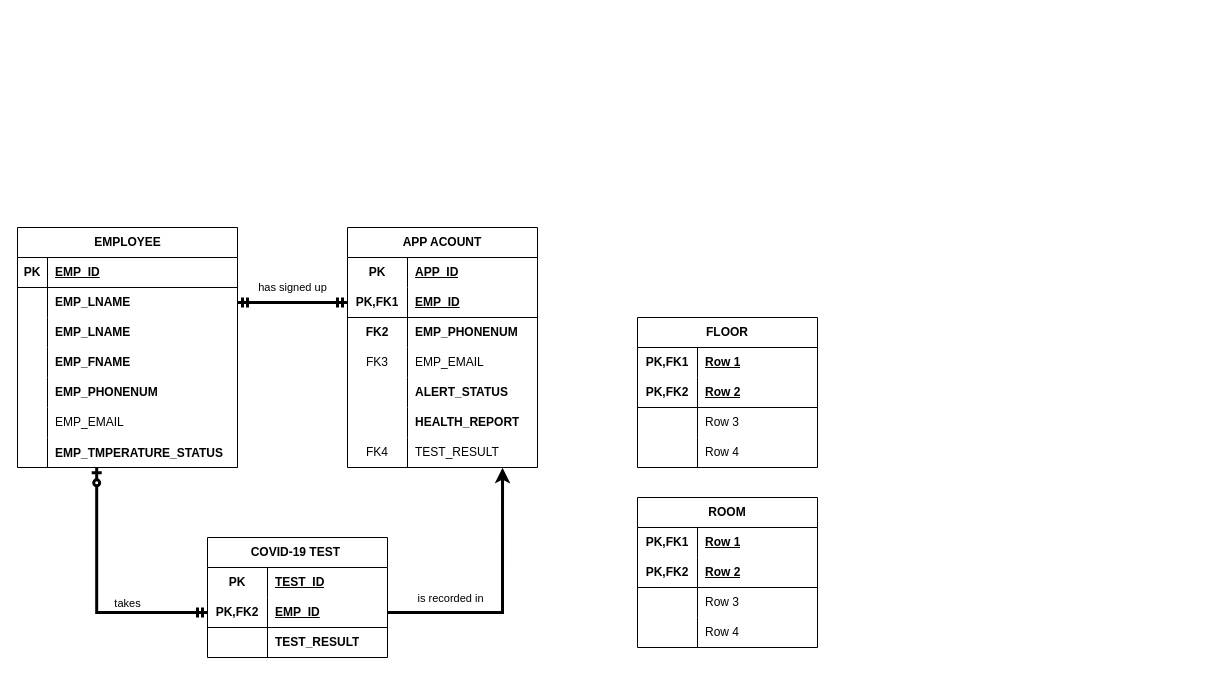
Above: hw1.drawio in Eren-Jeager123/ERD-COVID (draw.io), before the change. Source tidied: cells renumbered, new cells numbered last; positions are measured from the earlier drawing's top-left corner, leaving out a move shared by most shapes. Both pictures are drawn from the tidied source at 100%, with x=0, y=0 at pixel (17, 227).
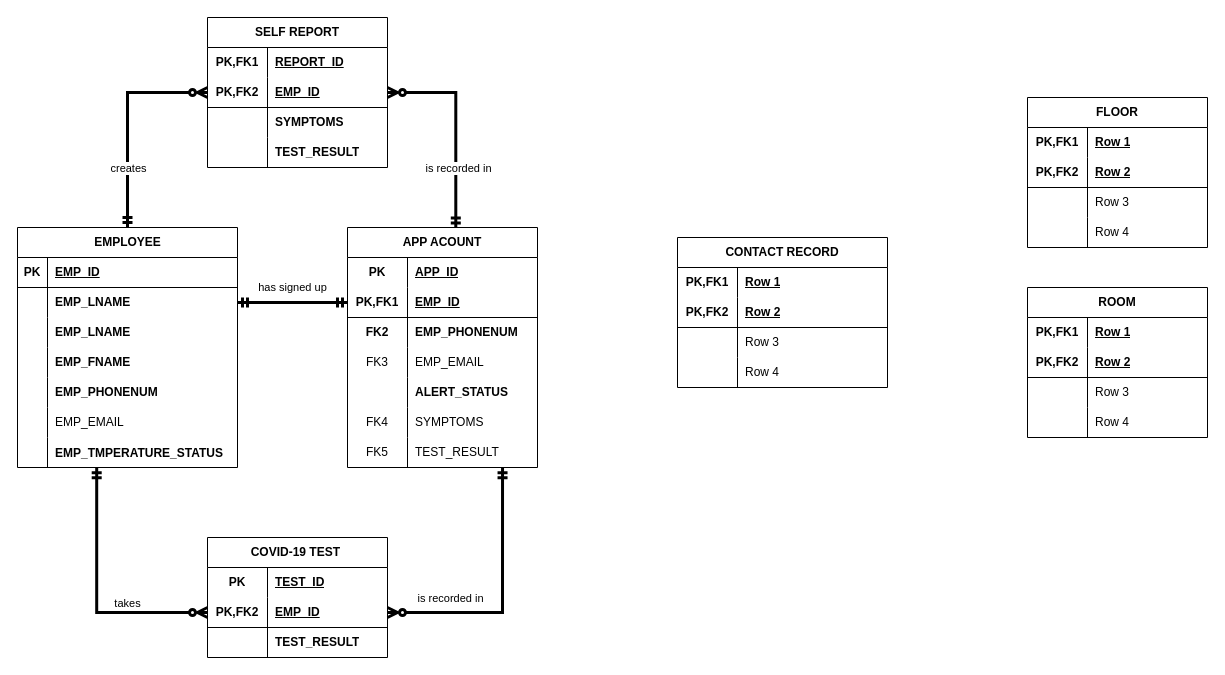
After the change.

The change refers to these unchanged cells:
```xml
<mxCell id="2" value="EMPLOYEE" style="shape=table;startSize=30;childLayout=tableLayout;rowLines=0;fontStyle=1;align=center;html=1;" parent="1" vertex="1">
  <mxGeometry width="220" height="240" as="geometry" />
</mxCell>
<mxCell id="21" style="shape=tableRow;horizontal=0;startSize=0;swimlaneHead=0;swimlaneBody=0;fillColor=none;points=[[0,0.5],[1,0.5]];portConstraint=eastwest;top=0;left=0;right=0;bottom=0;" parent="2" vertex="1">
  <mxGeometry y="210" width="220" height="30" as="geometry" />
</mxCell>
<mxCell id="25" value="APP ACOUNT" style="shape=table;startSize=30;childLayout=tableLayout;rowLines=0;fontStyle=1;align=center;html=1;whiteSpace=wrap;" parent="1" vertex="1">
  <mxGeometry x="330" width="190" height="240" as="geometry" />
</mxCell>
<mxCell id="41" style="shape=tableRow;horizontal=0;startSize=0;swimlaneHead=0;swimlaneBody=0;fillColor=none;top=0;left=0;right=0;bottom=0;html=1;" parent="25" vertex="1">
  <mxGeometry y="180" width="190" height="30" as="geometry" />
</mxCell>
<mxCell id="44" style="shape=tableRow;horizontal=0;startSize=0;swimlaneHead=0;swimlaneBody=0;fillColor=none;points=[[0,0.5],[1,0.5]];portConstraint=eastwest;top=0;left=0;right=0;bottom=0;html=1;" parent="25" vertex="1">
  <mxGeometry y="210" width="190" height="30" as="geometry" />
</mxCell>
<mxCell id="51" style="shape=tableRow;horizontal=0;startSize=0;swimlaneHead=0;swimlaneBody=0;fillColor=none;points=[[0,0.5],[1,0.5]];portConstraint=eastwest;top=0;left=0;right=0;bottom=1;html=1;" parent="47" vertex="1">
  <mxGeometry y="60" width="180" height="30" as="geometry" />
</mxCell>
```

The edit, as a diff of the source:
```diff
@@
+    <mxCell id="87" style="edgeStyle=orthogonalEdgeStyle;rounded=0;jettySize=auto;html=1;exitX=0.5;exitY=0;exitDx=0;exitDy=0;entryX=0;entryY=0.5;entryDx=0;entryDy=0;strokeWidth=3;startArrow=ERmandOne;startFill=0;endArrow=ERzeroToMany;endFill=0;" parent="1" edge="1" source="2" target="93">
+      <mxGeometry relative="1" as="geometry" />
+    </mxCell>
+    <mxCell id="88" value="creates" style="edgeLabel;html=1;align=center;verticalAlign=middle;" parent="87" vertex="1">
+      <mxGeometry x="0.3" y="2" relative="1" as="geometry">
+        <mxPoint x="-5" y="77" as="offset" />
+      </mxGeometry>
+    </mxCell>
@@
-    <mxCell id="42" style="shape=partialRectangle;fillColor=none;top=0;left=0;bottom=0;right=0;overflow=hidden;html=1;whiteSpace=wrap;" parent="41" vertex="1">
+    <mxCell id="42" value="FK4" style="shape=partialRectangle;fillColor=none;top=0;left=0;bottom=0;right=0;overflow=hidden;html=1;whiteSpace=wrap;" parent="41" vertex="1">
       <mxGeometry width="60" height="30" as="geometry" />
     </mxCell>
-    <mxCell id="43" value="&lt;b&gt;HEALTH_REPORT&lt;/b&gt;" style="shape=partialRectangle;fillColor=none;top=0;left=0;bottom=0;right=0;align=left;spacingLeft=6;overflow=hidden;html=1;whiteSpace=wrap;" parent="41" vertex="1">
+    <mxCell id="43" value="SYMPTOMS" style="shape=partialRectangle;fillColor=none;top=0;left=0;bottom=0;right=0;align=left;spacingLeft=6;overflow=hidden;html=1;whiteSpace=wrap;" parent="41" vertex="1">
       <mxGeometry x="60" width="130" height="30" as="geometry" />
     </mxCell>
@@
-    <mxCell id="45" value="FK4" style="shape=partialRectangle;fillColor=none;top=0;left=0;bottom=0;right=0;overflow=hidden;html=1;whiteSpace=wrap;" parent="44" vertex="1">
+    <mxCell id="45" value="FK5" style="shape=partialRectangle;fillColor=none;top=0;left=0;bottom=0;right=0;overflow=hidden;html=1;whiteSpace=wrap;" parent="44" vertex="1">
       <mxGeometry width="60" height="30" as="geometry" />
     </mxCell>
@@
     <mxCell id="57" value="ROOM" style="shape=table;startSize=30;childLayout=tableLayout;rowLines=0;fontStyle=1;align=center;html=1;whiteSpace=wrap;" parent="1" vertex="1">
-      <mxGeometry x="620" y="270" width="180" height="150" as="geometry" />
+      <mxGeometry x="1010" y="60" width="180" height="150" as="geometry" />
     </mxCell>
@@
     <mxCell id="70" value="FLOOR" style="shape=table;startSize=30;childLayout=tableLayout;rowLines=0;fontStyle=1;align=center;html=1;whiteSpace=wrap;" parent="1" vertex="1">
-      <mxGeometry x="620" y="90" width="180" height="150" as="geometry" />
+      <mxGeometry x="1010" y="-130" width="180" height="150" as="geometry" />
     </mxCell>
@@
-    <mxCell id="83" style="edgeStyle=orthogonalEdgeStyle;rounded=0;jettySize=auto;html=1;exitX=1;exitY=0.5;exitDx=0;exitDy=0;strokeWidth=3;entryX=0.816;entryY=1.012;entryDx=0;entryDy=0;entryPerimeter=0;" parent="1" edge="1" source="51" target="44">
+    <mxCell id="83" style="edgeStyle=orthogonalEdgeStyle;rounded=0;jettySize=auto;html=1;exitX=1;exitY=0.5;exitDx=0;exitDy=0;strokeWidth=3;entryX=0.816;entryY=1.012;entryDx=0;entryDy=0;entryPerimeter=0;startArrow=ERzeroToMany;startFill=0;endArrow=ERmandOne;endFill=0;" parent="1" edge="1" source="51" target="44">
       <mxGeometry relative="1" as="geometry" />
     </mxCell>
@@
-    <mxCell id="85" style="edgeStyle=orthogonalEdgeStyle;rounded=0;jettySize=auto;html=1;entryX=0;entryY=0.5;entryDx=0;entryDy=0;exitX=0.36;exitY=1.012;exitDx=0;exitDy=0;exitPerimeter=0;strokeWidth=3;startArrow=ERzeroToOne;startFill=0;endArrow=ERmandOne;endFill=0;" parent="1" edge="1" source="21" target="51">
+    <mxCell id="85" style="edgeStyle=orthogonalEdgeStyle;rounded=0;jettySize=auto;html=1;entryX=0;entryY=0.5;entryDx=0;entryDy=0;exitX=0.36;exitY=1.012;exitDx=0;exitDy=0;exitPerimeter=0;strokeWidth=3;startArrow=ERmandOne;startFill=0;endArrow=ERzeroToMany;endFill=0;" parent="1" edge="1" source="21" target="51">
       <mxGeometry relative="1" as="geometry" />
     </mxCell>
@@
+    <mxCell id="89" value="SELF REPORT" style="shape=table;startSize=30;childLayout=tableLayout;rowLines=0;fontStyle=1;align=center;html=1;whiteSpace=wrap;" parent="1" vertex="1">
+      <mxGeometry x="190" y="-210" width="180" height="150" as="geometry" />
+    </mxCell>
+    <mxCell id="90" style="shape=tableRow;horizontal=0;startSize=0;swimlaneHead=0;swimlaneBody=0;fillColor=none;top=0;left=0;right=0;bottom=0;html=1;" parent="89" vertex="1">
+      <mxGeometry y="30" width="180" height="30" as="geometry" />
+    </mxCell>
+    <mxCell id="91" value="PK,FK1" style="shape=partialRectangle;fillColor=none;top=0;left=0;bottom=0;right=0;fontStyle=1;overflow=hidden;html=1;whiteSpace=wrap;" parent="90" vertex="1">
+      <mxGeometry width="60" height="30" as="geometry" />
+    </mxCell>
+    <mxCell id="92" value="REPORT_ID" style="shape=partialRectangle;fillColor=none;top=0;left=0;bottom=0;right=0;align=left;spacingLeft=6;fontStyle=5;overflow=hidden;html=1;whiteSpace=wrap;" parent="90" vertex="1">
+      <mxGeometry x="60" width="120" height="30" as="geometry" />
+    </mxCell>
+    <mxCell id="93" style="shape=tableRow;horizontal=0;startSize=0;swimlaneHead=0;swimlaneBody=0;fillColor=none;points=[[0,0.5],[1,0.5]];portConstraint=eastwest;top=0;left=0;right=0;bottom=1;html=1;" parent="89" vertex="1">
+      <mxGeometry y="60" width="180" height="30" as="geometry" />
+    </mxCell>
+    <mxCell id="94" value="PK,FK2" style="shape=partialRectangle;fillColor=none;top=0;left=0;bottom=0;right=0;fontStyle=1;overflow=hidden;html=1;whiteSpace=wrap;" parent="93" vertex="1">
+      <mxGeometry width="60" height="30" as="geometry" />
+    </mxCell>
+    <mxCell id="95" value="EMP_ID" style="shape=partialRectangle;fillColor=none;top=0;left=0;bottom=0;right=0;align=left;spacingLeft=6;fontStyle=5;overflow=hidden;html=1;whiteSpace=wrap;" parent="93" vertex="1">
+      <mxGeometry x="60" width="120" height="30" as="geometry" />
+    </mxCell>
+    <mxCell id="96" style="shape=tableRow;horizontal=0;startSize=0;swimlaneHead=0;swimlaneBody=0;fillColor=none;top=0;left=0;right=0;bottom=0;html=1;" parent="89" vertex="1">
+      <mxGeometry y="90" width="180" height="30" as="geometry" />
+    </mxCell>
+    <mxCell id="97" style="shape=partialRectangle;fillColor=none;top=0;left=0;bottom=0;right=0;overflow=hidden;html=1;whiteSpace=wrap;" parent="96" vertex="1">
+      <mxGeometry width="60" height="30" as="geometry" />
+    </mxCell>
+    <mxCell id="98" value="&lt;b&gt;SYMPTOMS&lt;/b&gt;" style="shape=partialRectangle;fillColor=none;top=0;left=0;bottom=0;right=0;align=left;spacingLeft=6;overflow=hidden;html=1;whiteSpace=wrap;" parent="96" vertex="1">
+      <mxGeometry x="60" width="120" height="30" as="geometry" />
+    </mxCell>
+    <mxCell id="99" style="shape=tableRow;horizontal=0;startSize=0;swimlaneHead=0;swimlaneBody=0;fillColor=none;top=0;left=0;right=0;bottom=0;html=1;" parent="89" vertex="1">
+      <mxGeometry y="120" width="180" height="30" as="geometry" />
+    </mxCell>
+    <mxCell id="100" style="shape=partialRectangle;fillColor=none;top=0;left=0;bottom=0;right=0;overflow=hidden;html=1;whiteSpace=wrap;" parent="99" vertex="1">
+      <mxGeometry width="60" height="30" as="geometry" />
+    </mxCell>
+    <mxCell id="101" value="&lt;b&gt;TEST_RESULT&lt;/b&gt;" style="shape=partialRectangle;fillColor=none;top=0;left=0;bottom=0;right=0;align=left;spacingLeft=6;overflow=hidden;html=1;whiteSpace=wrap;" parent="99" vertex="1">
+      <mxGeometry x="60" width="120" height="30" as="geometry" />
+    </mxCell>
+    <mxCell id="102" style="edgeStyle=orthogonalEdgeStyle;rounded=0;jettySize=auto;html=1;exitX=1;exitY=0.5;exitDx=0;exitDy=0;entryX=0.57;entryY=0.002;entryDx=0;entryDy=0;entryPerimeter=0;strokeWidth=3;startArrow=ERzeroToMany;startFill=0;endArrow=ERmandOne;endFill=0;" parent="1" edge="1" source="93" target="25">
+      <mxGeometry relative="1" as="geometry" />
+    </mxCell>
+    <mxCell id="103" value="is recorded in" style="edgeLabel;html=1;align=center;verticalAlign=middle;" parent="102" vertex="1">
+      <mxGeometry x="-0.5" relative="1" as="geometry">
+        <mxPoint x="19" y="75" as="offset" />
+      </mxGeometry>
+    </mxCell>
+    <mxCell id="104" value="CONTACT RECORD" style="shape=table;startSize=30;childLayout=tableLayout;rowLines=0;fontStyle=1;align=center;html=1;whiteSpace=wrap;" parent="1" vertex="1">
+      <mxGeometry x="660" y="10" width="210" height="150" as="geometry" />
+    </mxCell>
+    <mxCell id="105" style="shape=tableRow;horizontal=0;startSize=0;swimlaneHead=0;swimlaneBody=0;fillColor=none;top=0;left=0;right=0;bottom=0;html=1;" parent="104" vertex="1">
+      <mxGeometry y="30" width="210" height="30" as="geometry" />
+    </mxCell>
+    <mxCell id="106" value="PK,FK1" style="shape=partialRectangle;fillColor=none;top=0;left=0;bottom=0;right=0;fontStyle=1;overflow=hidden;html=1;whiteSpace=wrap;" parent="105" vertex="1">
+      <mxGeometry width="60" height="30" as="geometry" />
+    </mxCell>
+    <mxCell id="107" value="Row 1" style="shape=partialRectangle;fillColor=none;top=0;left=0;bottom=0;right=0;align=left;spacingLeft=6;fontStyle=5;overflow=hidden;html=1;whiteSpace=wrap;" parent="105" vertex="1">
+      <mxGeometry x="60" width="150" height="30" as="geometry" />
+    </mxCell>
+    <mxCell id="108" style="shape=tableRow;horizontal=0;startSize=0;swimlaneHead=0;swimlaneBody=0;fillColor=none;top=0;left=0;right=0;bottom=1;html=1;" parent="104" vertex="1">
+      <mxGeometry y="60" width="210" height="30" as="geometry" />
+    </mxCell>
+    <mxCell id="109" value="PK,FK2" style="shape=partialRectangle;fillColor=none;top=0;left=0;bottom=0;right=0;fontStyle=1;overflow=hidden;html=1;whiteSpace=wrap;" parent="108" vertex="1">
+      <mxGeometry width="60" height="30" as="geometry" />
+    </mxCell>
+    <mxCell id="110" value="Row 2" style="shape=partialRectangle;fillColor=none;top=0;left=0;bottom=0;right=0;align=left;spacingLeft=6;fontStyle=5;overflow=hidden;html=1;whiteSpace=wrap;" parent="108" vertex="1">
+      <mxGeometry x="60" width="150" height="30" as="geometry" />
+    </mxCell>
+    <mxCell id="111" style="shape=tableRow;horizontal=0;startSize=0;swimlaneHead=0;swimlaneBody=0;fillColor=none;top=0;left=0;right=0;bottom=0;html=1;" parent="104" vertex="1">
+      <mxGeometry y="90" width="210" height="30" as="geometry" />
+    </mxCell>
+    <mxCell id="112" style="shape=partialRectangle;fillColor=none;top=0;left=0;bottom=0;right=0;overflow=hidden;html=1;whiteSpace=wrap;" parent="111" vertex="1">
+      <mxGeometry width="60" height="30" as="geometry" />
+    </mxCell>
+    <mxCell id="113" value="Row 3" style="shape=partialRectangle;fillColor=none;top=0;left=0;bottom=0;right=0;align=left;spacingLeft=6;overflow=hidden;html=1;whiteSpace=wrap;" parent="111" vertex="1">
+      <mxGeometry x="60" width="150" height="30" as="geometry" />
+    </mxCell>
+    <mxCell id="114" style="shape=tableRow;horizontal=0;startSize=0;swimlaneHead=0;swimlaneBody=0;fillColor=none;top=0;left=0;right=0;bottom=0;html=1;" parent="104" vertex="1">
+      <mxGeometry y="120" width="210" height="30" as="geometry" />
+    </mxCell>
+    <mxCell id="115" style="shape=partialRectangle;fillColor=none;top=0;left=0;bottom=0;right=0;overflow=hidden;html=1;whiteSpace=wrap;" parent="114" vertex="1">
+      <mxGeometry width="60" height="30" as="geometry" />
+    </mxCell>
+    <mxCell id="116" value="Row 4" style="shape=partialRectangle;fillColor=none;top=0;left=0;bottom=0;right=0;align=left;spacingLeft=6;overflow=hidden;html=1;whiteSpace=wrap;" parent="114" vertex="1">
+      <mxGeometry x="60" width="150" height="30" as="geometry" />
+    </mxCell>
```
